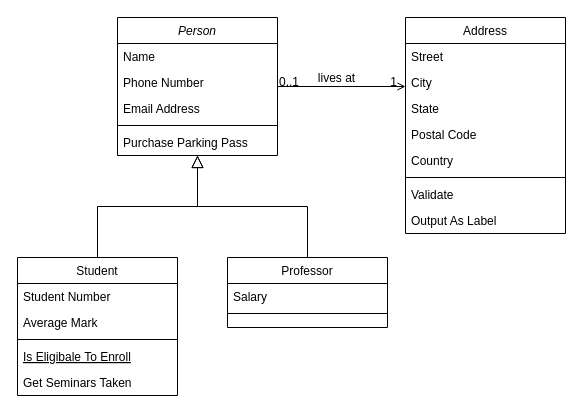
The draw.io diagram Untitled Diagram.drawio in petrou13/Practice, before the edit. Source tidied: cells renumbered, new cells numbered last; positions are measured from the earlier drawing's top-left corner, leaving out a move shared by most shapes. Both pictures are drawn from the tidied source at 100%, with x=0, y=0 at pixel (17, 17).
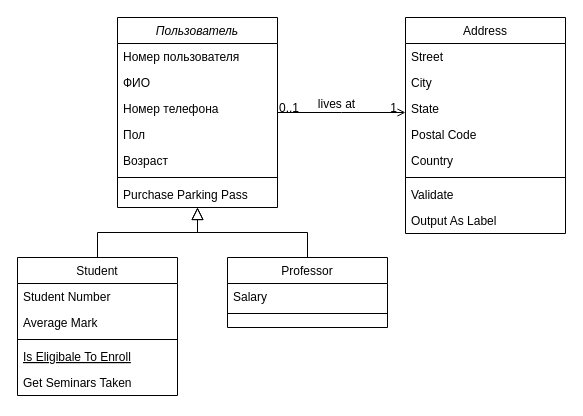
Above is the later version.

The edit, as a diff of the source:
```diff
@@
-    <mxCell id="2" value="Person" style="swimlane;fontStyle=2;align=center;verticalAlign=top;horizontal=1;startSize=26;rounded=0;shadow=0;strokeWidth=1;" parent="1" vertex="1">
-      <mxGeometry x="100" width="160" height="138" as="geometry" />
+    <mxCell id="2" value="Пользователь" style="swimlane;fontStyle=2;align=center;verticalAlign=top;horizontal=1;startSize=26;rounded=0;shadow=0;strokeWidth=1;" parent="1" vertex="1">
+      <mxGeometry x="100" width="160" height="190" as="geometry" />
     </mxCell>
+    <mxCell id="32" value="Номер пользователя" style="text;align=left;verticalAlign=top;spacingLeft=4;spacingRight=4;overflow=hidden;" parent="2" vertex="1">
+      <mxGeometry y="26" width="160" height="26" as="geometry" />
+    </mxCell>
-    <mxCell id="3" value="Name" style="text;align=left;verticalAlign=top;spacingLeft=4;spacingRight=4;overflow=hidden;" parent="2" vertex="1">
-      <mxGeometry y="26" width="160" height="26" as="geometry" />
+    <mxCell id="3" value="ФИО" style="text;align=left;verticalAlign=top;spacingLeft=4;spacingRight=4;overflow=hidden;" parent="2" vertex="1">
+      <mxGeometry y="52" width="160" height="26" as="geometry" />
     </mxCell>
-    <mxCell id="4" value="Phone Number" style="text;align=left;verticalAlign=top;spacingLeft=4;spacingRight=4;overflow=hidden;rounded=0;shadow=0;html=0;" parent="2" vertex="1">
-      <mxGeometry y="52" width="160" height="26" as="geometry" />
+    <mxCell id="4" value="Номер телефона" style="text;align=left;verticalAlign=top;spacingLeft=4;spacingRight=4;overflow=hidden;rounded=0;shadow=0;html=0;" parent="2" vertex="1">
+      <mxGeometry y="78" width="160" height="26" as="geometry" />
     </mxCell>
-    <mxCell id="5" value="Email Address" style="text;align=left;verticalAlign=top;spacingLeft=4;spacingRight=4;overflow=hidden;rounded=0;shadow=0;html=0;" parent="2" vertex="1">
-      <mxGeometry y="78" width="160" height="26" as="geometry" />
+    <mxCell id="5" value="Пол" style="text;align=left;verticalAlign=top;spacingLeft=4;spacingRight=4;overflow=hidden;rounded=0;shadow=0;html=0;" parent="2" vertex="1">
+      <mxGeometry y="104" width="160" height="26" as="geometry" />
     </mxCell>
+    <mxCell id="33" value="Возраст" style="text;align=left;verticalAlign=top;spacingLeft=4;spacingRight=4;overflow=hidden;rounded=0;shadow=0;html=0;" parent="2" vertex="1">
+      <mxGeometry y="130" width="160" height="26" as="geometry" />
+    </mxCell>
     <mxCell id="6" style="line;html=1;strokeWidth=1;align=left;verticalAlign=middle;spacingTop=-1;spacingLeft=3;spacingRight=3;labelPosition=right;" parent="2" vertex="1">
-      <mxGeometry y="104" width="160" height="8" as="geometry" />
+      <mxGeometry y="156" width="160" height="8" as="geometry" />
     </mxCell>
     <mxCell id="7" value="Purchase Parking Pass" style="text;align=left;verticalAlign=top;spacingLeft=4;spacingRight=4;overflow=hidden;" parent="2" vertex="1">
-      <mxGeometry y="112" width="160" height="26" as="geometry" />
+      <mxGeometry y="164" width="160" height="26" as="geometry" />
     </mxCell>
```
